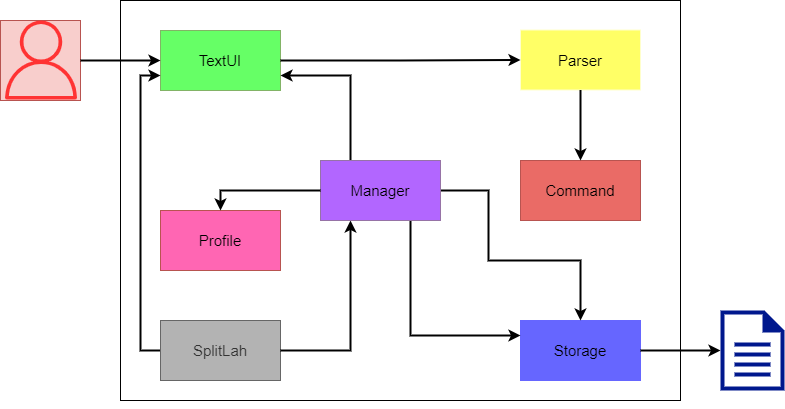
nus-cs2113-AY2122S2/tp keeps this draw.io diagram as docs/images/developerguide/ArchitectureDiagram.drawio.png. Above is the earlier version. Source tidied: cells renumbered, new cells last; positions are measured from the earlier drawing's top-left corner, leaving out a move shared by most shapes.
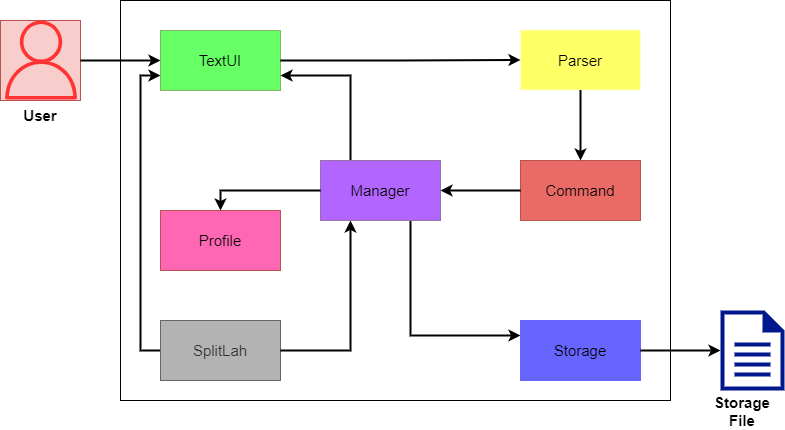
The same diagram one commit later.

Commit message:
Update Architecture Diagram with reviewer feedback

Change to the diagram source:
```diff
@@ -9,7 +9,7 @@
       <mxGeometry x="1" y="20" width="79" height="79" as="geometry" />
     </mxCell>
     <mxCell id="4" style="rounded=0;whiteSpace=wrap;html=1;strokeWidth=1;fillColor=none;" parent="1" vertex="1">
-      <mxGeometry x="120" width="560" height="400" as="geometry" />
+      <mxGeometry x="120" width="550" height="400" as="geometry" />
     </mxCell>
     <mxCell id="5" value="TextUI" style="rounded=0;whiteSpace=wrap;html=1;strokeWidth=1;fillColor=#66FF66;fontSize=15;strokeColor=#82b366;" parent="1" vertex="1">
       <mxGeometry x="160" y="30" width="120" height="60" as="geometry" />
@@ -47,15 +47,6 @@
     <mxCell id="16" style="edgeStyle=orthogonalEdgeStyle;rounded=0;jettySize=auto;html=1;exitX=0.25;exitY=0;exitDx=0;exitDy=0;entryX=1;entryY=0.75;entryDx=0;entryDy=0;strokeColor=#000000;strokeWidth=2;" parent="1" edge="1" source="19" target="5">
       <mxGeometry relative="1" as="geometry" />
     </mxCell>
-    <mxCell id="17" style="edgeStyle=orthogonalEdgeStyle;rounded=0;jettySize=auto;html=1;entryX=0.5;entryY=0;entryDx=0;entryDy=0;strokeColor=#000000;strokeWidth=2;" parent="1" edge="1" source="19" target="11">
-      <mxGeometry relative="1" as="geometry">
-        <Array as="points">
-          <mxPoint x="488" y="190" />
-          <mxPoint x="488" y="260" />
-          <mxPoint x="580" y="260" />
-        </Array>
-      </mxGeometry>
-    </mxCell>
     <mxCell id="18" style="edgeStyle=orthogonalEdgeStyle;rounded=0;jettySize=auto;html=1;exitX=0.75;exitY=1;exitDx=0;exitDy=0;entryX=0;entryY=0.25;entryDx=0;entryDy=0;strokeColor=#000000;strokeWidth=2;" parent="1" edge="1" source="19" target="11">
       <mxGeometry relative="1" as="geometry" />
     </mxCell>
@@ -74,5 +65,14 @@
     <mxCell id="23" style="edgeStyle=orthogonalEdgeStyle;rounded=0;jettySize=auto;html=1;strokeColor=#000000;strokeWidth=2;" parent="1" edge="1" source="7" target="22">
       <mxGeometry relative="1" as="geometry" />
     </mxCell>
+    <mxCell id="24" style="rounded=0;jettySize=auto;html=1;strokeColor=#000000;strokeWidth=2;entryX=1;entryY=0.5;entryDx=0;entryDy=0;exitX=0;exitY=0.5;exitDx=0;exitDy=0;" parent="1" edge="1" source="22" target="19">
+      <mxGeometry relative="1" as="geometry" />
+    </mxCell>
+    <mxCell id="25" value="&lt;b&gt;&lt;font style=&quot;font-size: 15px&quot;&gt;User&lt;/font&gt;&lt;/b&gt;" style="text;html=1;strokeColor=none;fillColor=none;align=center;verticalAlign=middle;whiteSpace=wrap;rounded=0;" parent="1" vertex="1">
+      <mxGeometry x="10" y="100" width="60" height="30" as="geometry" />
+    </mxCell>
+    <mxCell id="26" value="&lt;b&gt;&lt;font style=&quot;font-size: 15px&quot;&gt;Storage File&lt;/font&gt;&lt;/b&gt;" style="text;html=1;strokeColor=none;fillColor=none;align=center;verticalAlign=middle;whiteSpace=wrap;rounded=0;" parent="1" vertex="1">
+      <mxGeometry x="712" y="396" width="60" height="30" as="geometry" />
+    </mxCell>
   </root>
 </mxGraphModel>
```
